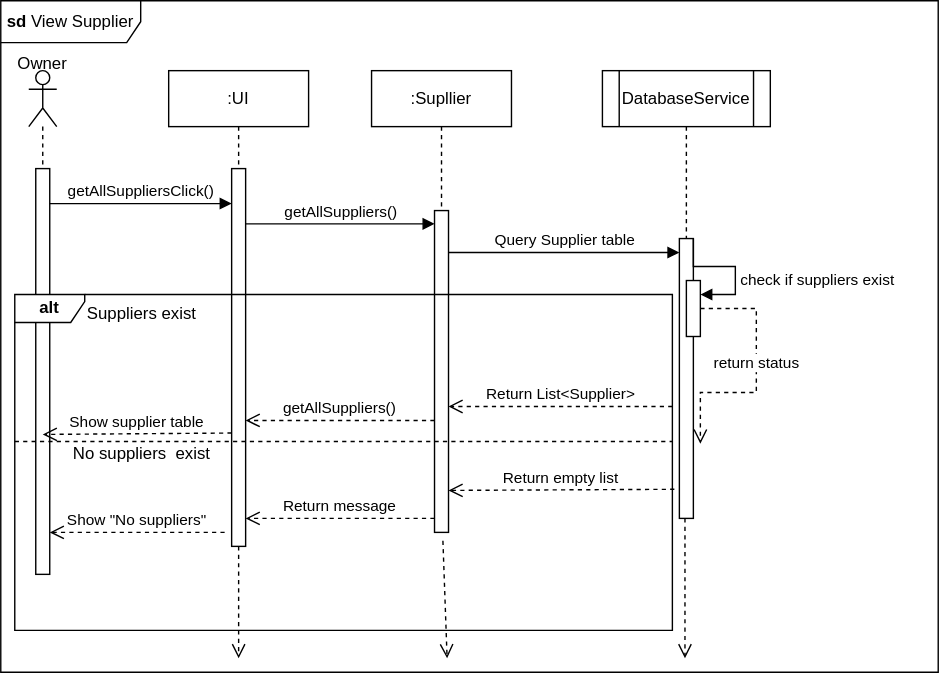
Before: view_supp.svg, a diagram exported from draw.io (Simamkele88/IFM3_GP). Source tidied: cells renumbered, new cells last; positions are measured from the earlier drawing's top-left corner, leaving out a move shared by most shapes.
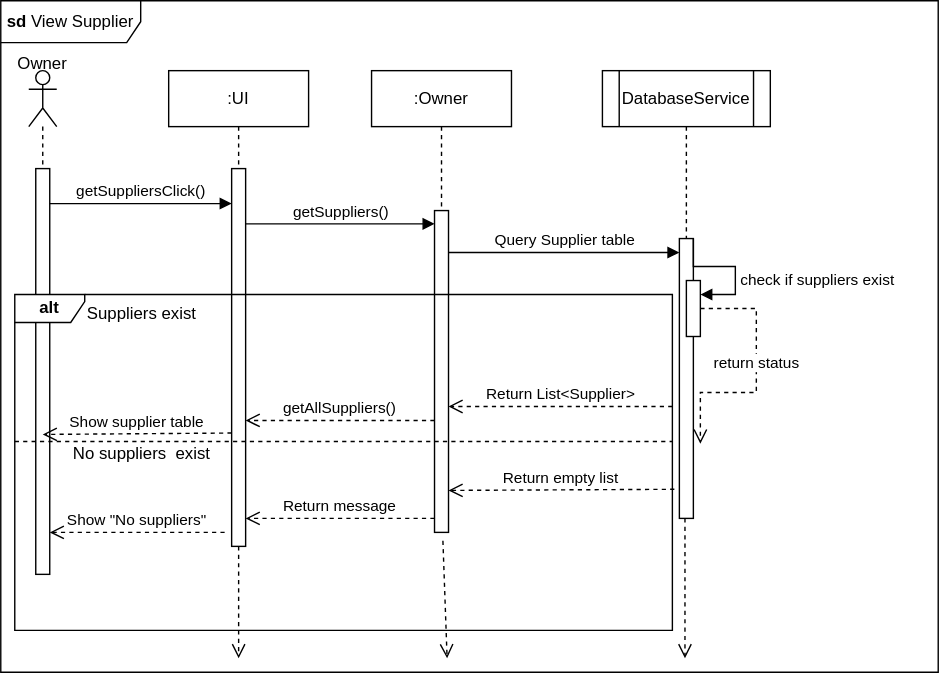
After the change.

Change to the diagram source:
```diff
@@ -17,13 +17,13 @@
     <mxCell id="6" style="html=1;points=[[0,0,0,0,5],[0,1,0,0,-5],[1,0,0,0,5],[1,1,0,0,-5]];perimeter=orthogonalPerimeter;outlineConnect=0;targetShapes=umlLifeline;portConstraint=eastwest;newEdgeStyle={&quot;curved&quot;:0,&quot;rounded&quot;:0};" parent="1" vertex="1">
       <mxGeometry x="25" y="120" width="10" height="290" as="geometry" />
     </mxCell>
-    <mxCell id="7" value=":Supllier" style="shape=umlLifeline;perimeter=lifelinePerimeter;whiteSpace=wrap;html=1;newEdgeStyle={&quot;curved&quot;:0,&quot;rounded&quot;:0};" parent="1" vertex="1">
+    <mxCell id="7" value=":Owner" style="shape=umlLifeline;perimeter=lifelinePerimeter;whiteSpace=wrap;html=1;newEdgeStyle={&quot;curved&quot;:0,&quot;rounded&quot;:0};" parent="1" vertex="1">
       <mxGeometry x="265" y="50" width="100" height="100" as="geometry" />
     </mxCell>
     <mxCell id="8" style="html=1;points=[[0,0,0,0,5],[0,1,0,0,-5],[1,0,0,0,5],[1,1,0,0,-5]];perimeter=orthogonalPerimeter;outlineConnect=0;targetShapes=umlLifeline;portConstraint=eastwest;newEdgeStyle={&quot;curved&quot;:0,&quot;rounded&quot;:0};" parent="1" vertex="1">
       <mxGeometry x="310" y="150" width="10" height="230" as="geometry" />
     </mxCell>
-    <mxCell id="9" value="getAllSuppliers()" style="html=1;verticalAlign=bottom;endArrow=block;curved=0;rounded=0;" parent="1" edge="1">
+    <mxCell id="9" value="getSuppliers()" style="html=1;verticalAlign=bottom;endArrow=block;curved=0;rounded=0;" parent="1" edge="1">
       <mxGeometry relative="1" as="geometry">
         <mxPoint x="175" y="159.5" as="sourcePoint" />
         <mxPoint x="310" y="159.5" as="targetPoint" />
@@ -129,7 +129,7 @@
         </Array>
       </mxGeometry>
     </mxCell>
-    <mxCell id="31" value="getAllSuppliersClick()" style="html=1;verticalAlign=bottom;endArrow=block;curved=0;rounded=0;" parent="1" edge="1">
+    <mxCell id="31" value="getSuppliersClick()" style="html=1;verticalAlign=bottom;endArrow=block;curved=0;rounded=0;" parent="1" edge="1">
       <mxGeometry relative="1" as="geometry">
         <mxPoint x="35" y="145" as="sourcePoint" />
         <mxPoint x="165" y="145" as="targetPoint" />
```
